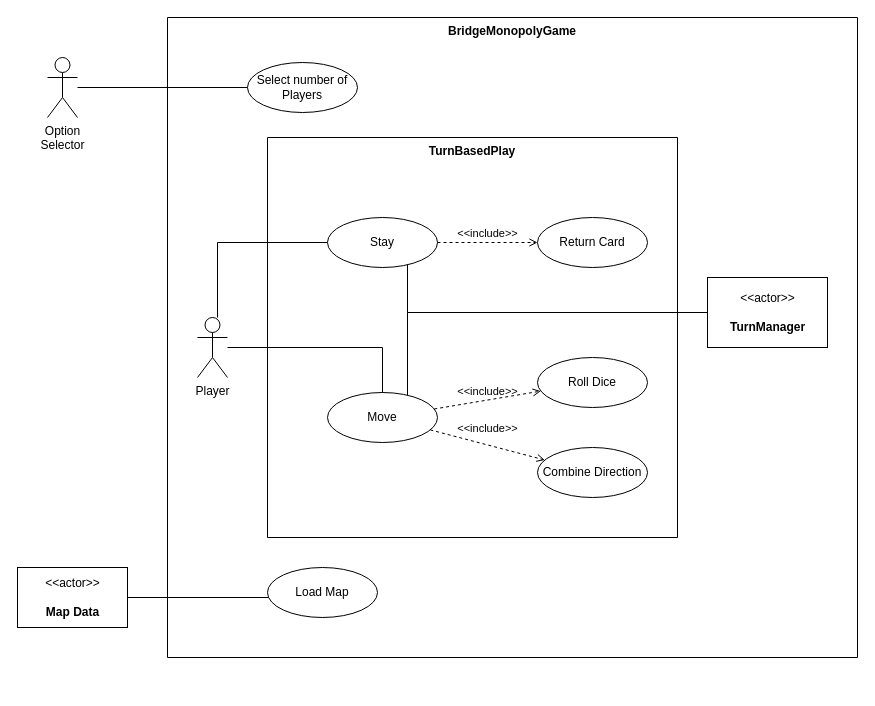
Above: page "BridgeMonopolyGame" (1 of 2) of requirements/use_case_model/UseCaseDiagram.drawio in gimangi/Bridge-Monopoly (draw.io), before the change. Source tidied: cells renumbered, new cells numbered last; positions are measured from the earlier drawing's top-left corner, leaving out a move shared by most shapes. Both pictures are drawn from the tidied source at 100%, with x=0, y=0 at pixel (17, 17).
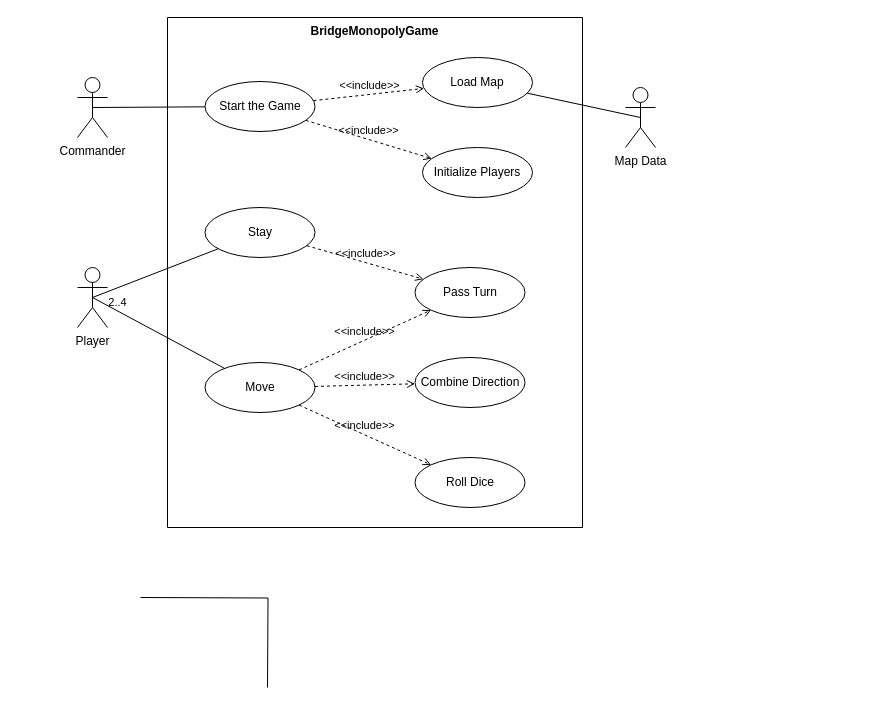
Above is the later version.

What changed in the source:
```diff
@@
     <mxCell id="2" value="BridgeMonopolyGame" style="swimlane;startSize=0;verticalAlign=top;" parent="1" vertex="1">
-      <mxGeometry x="150" width="690" height="640" as="geometry" />
+      <mxGeometry x="150" width="415" height="510" as="geometry" />
     </mxCell>
-    <mxCell id="3" value="Select number of Players" style="ellipse;whiteSpace=wrap;html=1;" parent="2" vertex="1">
-      <mxGeometry x="80" y="45" width="110" height="50" as="geometry" />
+    <mxCell id="3" value="Start the Game" style="ellipse;whiteSpace=wrap;html=1;" parent="2" vertex="1">
+      <mxGeometry x="37.5" y="64" width="110" height="50" as="geometry" />
     </mxCell>
-    <mxCell id="4" value="Load Map" style="ellipse;whiteSpace=wrap;html=1;" parent="2" vertex="1">
-      <mxGeometry x="100" y="550" width="110" height="50" as="geometry" />
-    </mxCell>
-    <mxCell id="5" value="TurnBasedPlay" style="swimlane;startSize=0;verticalAlign=top;" parent="2" vertex="1">
-      <mxGeometry x="100" y="120" width="410" height="400" as="geometry" />
-    </mxCell>
-    <mxCell id="6" value="Move" style="ellipse;whiteSpace=wrap;html=1;" parent="5" vertex="1">
-      <mxGeometry x="60" y="255" width="110" height="50" as="geometry" />
+    <mxCell id="6" value="Move" style="ellipse;whiteSpace=wrap;html=1;" parent="2" vertex="1">
+      <mxGeometry x="37.5" y="345" width="110" height="50" as="geometry" />
     </mxCell>
-    <mxCell id="7" value="Stay" style="ellipse;whiteSpace=wrap;html=1;" parent="5" vertex="1">
-      <mxGeometry x="60" y="80" width="110" height="50" as="geometry" />
+    <mxCell id="7" value="Stay" style="ellipse;whiteSpace=wrap;html=1;" parent="2" vertex="1">
+      <mxGeometry x="37.5" y="190" width="110" height="50" as="geometry" />
     </mxCell>
-    <mxCell id="8" value="Return Card" style="ellipse;whiteSpace=wrap;html=1;" parent="5" vertex="1">
-      <mxGeometry x="270" y="80" width="110" height="50" as="geometry" />
-    </mxCell>
-    <mxCell id="9" value="&amp;lt;&amp;lt;include&amp;gt;&amp;gt;" style="html=1;verticalAlign=bottom;labelBackgroundColor=none;endArrow=open;endFill=0;dashed=1;rounded=0;" parent="5" edge="1" source="7" target="8">
-      <mxGeometry relative="1" as="geometry" />
-    </mxCell>
-    <mxCell id="10" value="Roll Dice" style="ellipse;whiteSpace=wrap;html=1;" parent="5" vertex="1">
-      <mxGeometry x="270" y="220" width="110" height="50" as="geometry" />
+    <mxCell id="10" value="Roll Dice" style="ellipse;whiteSpace=wrap;html=1;" parent="2" vertex="1">
+      <mxGeometry x="247.5" y="440" width="110" height="50" as="geometry" />
     </mxCell>
+    <mxCell id="12" value="Combine Direction" style="ellipse;whiteSpace=wrap;html=1;" parent="2" vertex="1">
+      <mxGeometry x="247.5" y="340" width="110" height="50" as="geometry" />
+    </mxCell>
+    <mxCell id="24" value="Pass Turn" style="ellipse;whiteSpace=wrap;html=1;" parent="2" vertex="1">
+      <mxGeometry x="247.5" y="250" width="110" height="50" as="geometry" />
+    </mxCell>
+    <mxCell id="25" value="&amp;lt;&amp;lt;include&amp;gt;&amp;gt;" style="html=1;verticalAlign=bottom;labelBackgroundColor=none;endArrow=open;endFill=0;dashed=1;rounded=0;" parent="2" edge="1" source="7" target="24">
+      <mxGeometry relative="1" as="geometry" />
+    </mxCell>
+    <mxCell id="13" value="&amp;lt;&amp;lt;include&amp;gt;&amp;gt;" style="html=1;verticalAlign=bottom;labelBackgroundColor=none;endArrow=open;endFill=0;dashed=1;rounded=0;" parent="2" edge="1" source="6" target="12">
+      <mxGeometry relative="1" as="geometry" />
+    </mxCell>
-    <mxCell id="11" value="&amp;lt;&amp;lt;include&amp;gt;&amp;gt;" style="html=1;verticalAlign=bottom;labelBackgroundColor=none;endArrow=open;endFill=0;dashed=1;rounded=0;" parent="5" edge="1" source="6" target="10">
+    <mxCell id="11" value="&amp;lt;&amp;lt;include&amp;gt;&amp;gt;" style="html=1;verticalAlign=bottom;labelBackgroundColor=none;endArrow=open;endFill=0;dashed=1;rounded=0;" parent="2" edge="1" source="6" target="10">
       <mxGeometry relative="1" as="geometry" />
     </mxCell>
-    <mxCell id="12" value="Combine Direction" style="ellipse;whiteSpace=wrap;html=1;" parent="5" vertex="1">
-      <mxGeometry x="270" y="310" width="110" height="50" as="geometry" />
-    </mxCell>
-    <mxCell id="13" value="&amp;lt;&amp;lt;include&amp;gt;&amp;gt;" style="html=1;verticalAlign=bottom;labelBackgroundColor=none;endArrow=open;endFill=0;dashed=1;rounded=0;" parent="5" edge="1" source="6" target="12">
-      <mxGeometry x="-0.03" y="7" relative="1" as="geometry" />
-    </mxCell>
+    <mxCell id="26" value="&amp;lt;&amp;lt;include&amp;gt;&amp;gt;" style="html=1;verticalAlign=bottom;labelBackgroundColor=none;endArrow=open;endFill=0;dashed=1;rounded=0;" parent="2" edge="1" source="6" target="24">
+      <mxGeometry relative="1" as="geometry" />
+    </mxCell>
+    <mxCell id="4" value="Load Map" style="ellipse;whiteSpace=wrap;html=1;" parent="2" vertex="1">
+      <mxGeometry x="255" y="40" width="110" height="50" as="geometry" />
+    </mxCell>
+    <mxCell id="27" value="&amp;lt;&amp;lt;include&amp;gt;&amp;gt;" style="html=1;verticalAlign=bottom;labelBackgroundColor=none;endArrow=open;endFill=0;dashed=1;rounded=0;" parent="2" edge="1" source="3" target="4">
+      <mxGeometry relative="1" as="geometry" />
+    </mxCell>
+    <mxCell id="28" value="Initialize Players" style="ellipse;whiteSpace=wrap;html=1;" parent="2" vertex="1">
+      <mxGeometry x="255" y="130" width="110" height="50" as="geometry" />
+    </mxCell>
+    <mxCell id="29" value="&amp;lt;&amp;lt;include&amp;gt;&amp;gt;" style="html=1;verticalAlign=bottom;labelBackgroundColor=none;endArrow=open;endFill=0;dashed=1;rounded=0;" parent="2" edge="1" source="3" target="28">
+      <mxGeometry relative="1" as="geometry" />
+    </mxCell>
+    <mxCell id="20" style="edgeStyle=orthogonalEdgeStyle;rounded=0;orthogonalLoop=1;jettySize=auto;html=1;endArrow=none;endFill=0;exitX=0.5;exitY=0.5;exitDx=0;exitDy=0;exitPerimeter=0;" parent="1" edge="1">
+      <mxGeometry relative="1" as="geometry">
+        <mxPoint x="123" y="580" as="sourcePoint" />
+        <mxPoint x="250" y="670" as="targetPoint" />
+      </mxGeometry>
+    </mxCell>
+    <mxCell id="23" value="Commander" style="shape=umlActor;verticalLabelPosition=bottom;verticalAlign=top;html=1;outlineConnect=0;" parent="1" vertex="1">
+      <mxGeometry x="60" y="60" width="30" height="60" as="geometry" />
+    </mxCell>
+    <mxCell id="22" style="endArrow=none;startArrow=none;endFill=0;startFill=0;html=1;verticalAlign=bottom;labelBackgroundColor=none;strokeWidth=1;startSize=8;rounded=0;exitX=0.5;exitY=0.5;exitDx=0;exitDy=0;exitPerimeter=0;" parent="1" edge="1" source="23" target="3">
+      <mxGeometry relative="1" as="geometry" />
+    </mxCell>
+    <mxCell id="30" value="Map Data" style="shape=umlActor;verticalLabelPosition=bottom;verticalAlign=top;html=1;" parent="1" vertex="1">
+      <mxGeometry x="608" y="70" width="30" height="60" as="geometry" />
+    </mxCell>
+    <mxCell id="31" style="endArrow=none;startArrow=none;endFill=0;startFill=0;html=1;verticalAlign=bottom;labelBackgroundColor=none;strokeWidth=1;startSize=8;rounded=0;entryX=0.5;entryY=0.5;entryDx=0;entryDy=0;entryPerimeter=0;" parent="1" edge="1" source="4" target="30">
+      <mxGeometry relative="1" as="geometry" />
+    </mxCell>
+    <mxCell id="16" value="Player" style="shape=umlActor;verticalLabelPosition=bottom;verticalAlign=top;html=1;outlineConnect=0;" parent="1" vertex="1">
+      <mxGeometry x="60" y="250" width="30" height="60" as="geometry" />
+    </mxCell>
+    <mxCell id="15" style="endArrow=none;startArrow=none;endFill=0;startFill=0;html=1;verticalAlign=bottom;labelBackgroundColor=none;strokeWidth=1;startSize=8;rounded=0;exitX=0.5;exitY=0.5;exitDx=0;exitDy=0;exitPerimeter=0;" parent="1" edge="1" source="16" target="7">
+      <mxGeometry relative="1" as="geometry" />
+    </mxCell>
+    <mxCell id="32" value="2..4" style="edgeLabel;html=1;align=center;verticalAlign=middle;" parent="15" vertex="1">
+      <mxGeometry x="-0.65" relative="1" as="geometry">
+        <mxPoint x="2" y="13" as="offset" />
+      </mxGeometry>
+    </mxCell>
-    <mxCell id="14" style="edgeStyle=orthogonalEdgeStyle;rounded=0;jettySize=auto;html=1;endArrow=none;endFill=0;" parent="2" edge="1" source="16" target="6">
+    <mxCell id="14" style="endArrow=none;startArrow=none;endFill=0;startFill=0;html=1;verticalAlign=bottom;labelBackgroundColor=none;strokeWidth=1;startSize=8;rounded=0;exitX=0.5;exitY=0.5;exitDx=0;exitDy=0;exitPerimeter=0;" parent="1" edge="1" source="16" target="6">
       <mxGeometry relative="1" as="geometry" />
     </mxCell>
-    <mxCell id="15" style="edgeStyle=orthogonalEdgeStyle;rounded=0;jettySize=auto;html=1;entryX=0;entryY=0.5;entryDx=0;entryDy=0;endArrow=none;endFill=0;" parent="2" edge="1" source="16" target="7">
-      <mxGeometry relative="1" as="geometry">
-        <Array as="points">
-          <mxPoint x="50" y="225" />
-        </Array>
-      </mxGeometry>
-    </mxCell>
-    <mxCell id="16" value="Player" style="shape=umlActor;verticalLabelPosition=bottom;verticalAlign=top;html=1;outlineConnect=0;" parent="2" vertex="1">
-      <mxGeometry x="30" y="300" width="30" height="60" as="geometry" />
-    </mxCell>
-    <mxCell id="17" value="&amp;lt;&amp;lt;actor&amp;gt;&amp;gt;&lt;br&gt;&lt;br&gt;&lt;b&gt;TurnManager&lt;/b&gt;" style="text;html=1;align=center;verticalAlign=middle;dashed=0;fillColor=#ffffff;strokeColor=#000000;" parent="2" vertex="1">
-      <mxGeometry x="540" y="260" width="120" height="70" as="geometry" />
-    </mxCell>
-    <mxCell id="18" style="edgeStyle=orthogonalEdgeStyle;rounded=0;jettySize=auto;html=1;endArrow=none;endFill=0;" parent="2" edge="1" source="7" target="17">
-      <mxGeometry relative="1" as="geometry">
-        <Array as="points">
-          <mxPoint x="240" y="295" />
-        </Array>
-      </mxGeometry>
-    </mxCell>
-    <mxCell id="19" style="edgeStyle=orthogonalEdgeStyle;rounded=0;jettySize=auto;html=1;endArrow=none;endFill=0;" parent="2" edge="1" source="6" target="17">
-      <mxGeometry relative="1" as="geometry">
-        <Array as="points">
-          <mxPoint x="240" y="295" />
-        </Array>
-      </mxGeometry>
-    </mxCell>
-    <mxCell id="20" style="edgeStyle=orthogonalEdgeStyle;rounded=0;jettySize=auto;html=1;endArrow=none;endFill=0;" parent="1" edge="1" source="21" target="4">
-      <mxGeometry relative="1" as="geometry">
-        <Array as="points">
-          <mxPoint x="270" y="580" />
-          <mxPoint x="270" y="580" />
-        </Array>
-      </mxGeometry>
-    </mxCell>
-    <mxCell id="21" value="&amp;lt;&amp;lt;actor&amp;gt;&amp;gt;&lt;br&gt;&lt;br&gt;&lt;b&gt;Map Data&lt;/b&gt;" style="text;html=1;align=center;verticalAlign=middle;dashed=0;fillColor=#ffffff;strokeColor=#000000;" parent="1" vertex="1">
-      <mxGeometry y="550" width="110" height="60" as="geometry" />
-    </mxCell>
-    <mxCell id="22" style="edgeStyle=orthogonalEdgeStyle;rounded=0;jettySize=auto;html=1;entryX=0;entryY=0.5;entryDx=0;entryDy=0;endArrow=none;endFill=0;" parent="1" edge="1" source="23" target="3">
-      <mxGeometry relative="1" as="geometry" />
-    </mxCell>
-    <mxCell id="23" value="Option&lt;br&gt;Selector" style="shape=umlActor;verticalLabelPosition=bottom;verticalAlign=top;html=1;outlineConnect=0;" parent="1" vertex="1">
-      <mxGeometry x="30" y="40" width="30" height="60" as="geometry" />
-    </mxCell>
```
